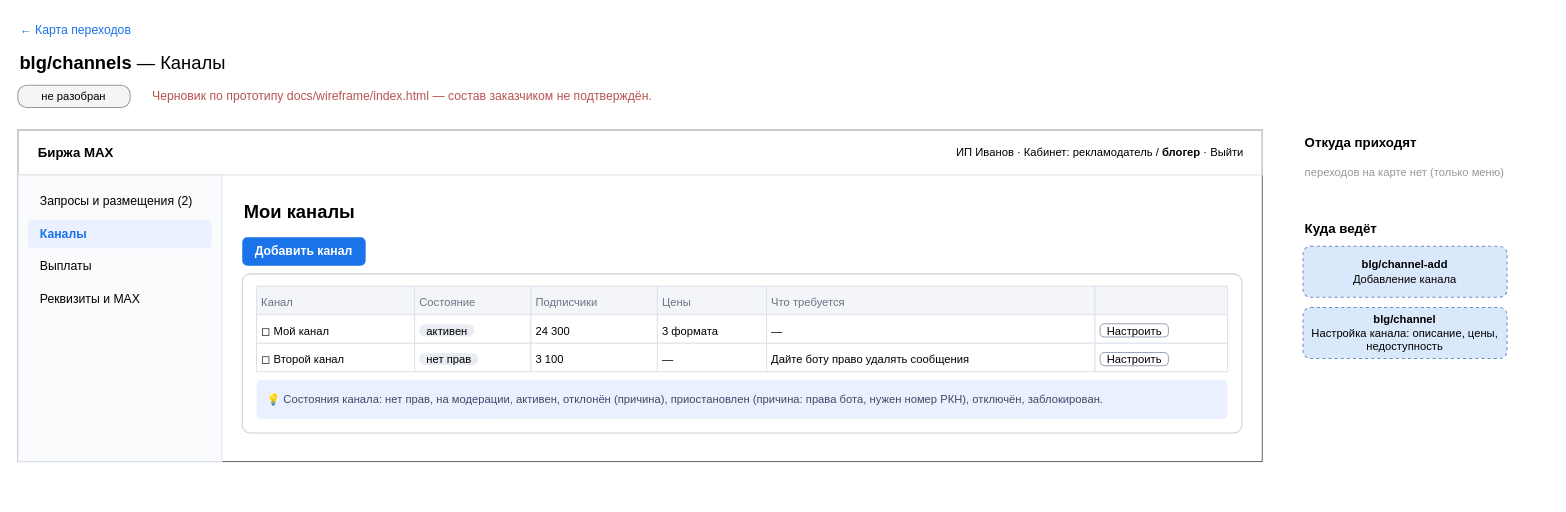
leha-creator/maxim keeps this draw.io diagram as page "blg/channels" (18 of 40) of docs/wireframe/screens.drawio. Above is the earlier version. Source tidied: cells renumbered, new cells numbered last; positions are measured from the earlier drawing's top-left corner, leaving out a move shared by most shapes. Both pictures are drawn from the tidied source at 102%, with x=0, y=0 at pixel (17, 17).
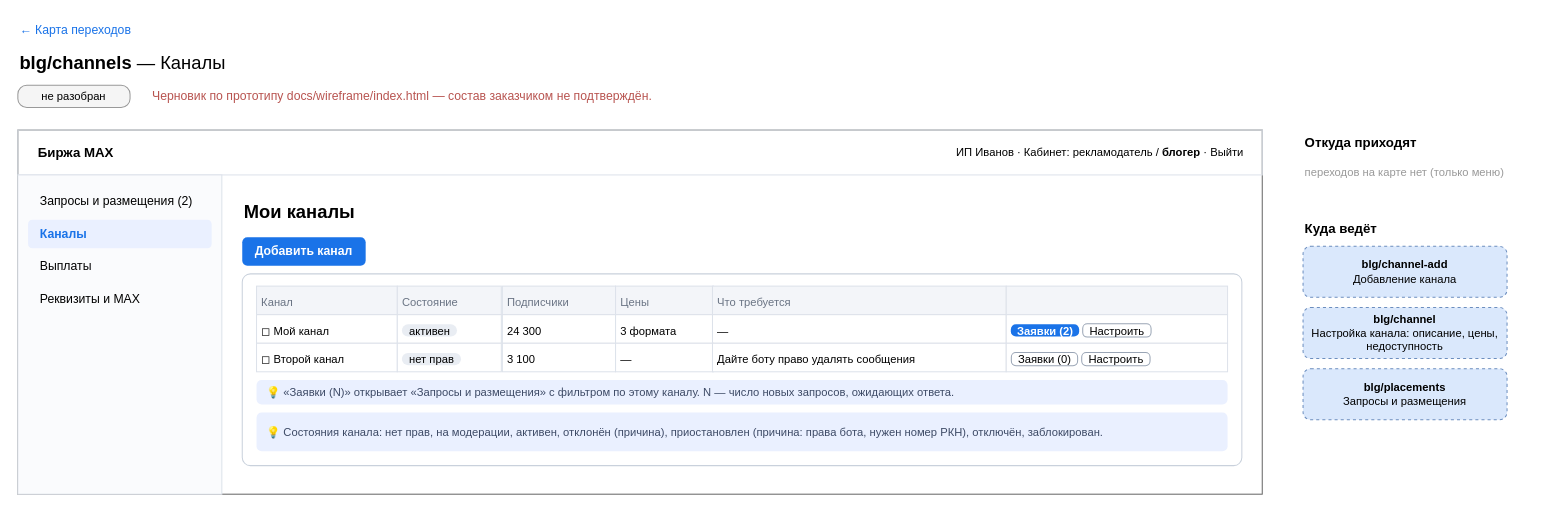
Above is the later version.

Unchanged cells that the change refers to:
```xml
<mxCell id="17" style="rounded=0;fillColor=none;strokeColor=none;" parent="16" vertex="1">
  <mxGeometry x="14" y="12" width="952" height="84" as="geometry" />
</mxCell>
```

Change to the diagram source:
```diff
@@
     <mxCell id="6" style="rounded=0;html=1;fillColor=#ffffff;strokeColor=#666666;" parent="1" vertex="1">
-      <mxGeometry y="110" width="1220" height="325" as="geometry" />
+      <mxGeometry y="110" width="1220" height="357" as="geometry" />
     </mxCell>
@@
     <mxCell id="9" style="rounded=0;html=1;fillColor=#fafbfd;strokeColor=#dde2ea;" parent="6" vertex="1">
-      <mxGeometry y="44" width="200" height="281" as="geometry" />
+      <mxGeometry y="44" width="200" height="313" as="geometry" />
     </mxCell>
@@
     <mxCell id="16" style="rounded=1;absoluteArcSize=1;arcSize=16;whiteSpace=wrap;html=1;fillColor=#ffffff;strokeColor=#c9d1dc;" parent="6" vertex="1">
-      <mxGeometry x="220" y="141" width="980" height="156" as="geometry" />
+      <mxGeometry x="220" y="141" width="980" height="188" as="geometry" />
     </mxCell>
@@
     <mxCell id="18" value="Канал" style="text;html=1;whiteSpace=wrap;align=left;verticalAlign=top;spacing=5;fontSize=11;strokeColor=#dde2ea;fillColor=#f3f5f9;fontColor=#6a7484;" parent="17" vertex="1">
-      <mxGeometry width="155" height="28" as="geometry" />
+      <mxGeometry width="138" height="28" as="geometry" />
     </mxCell>
     <mxCell id="19" value="Состояние" style="text;html=1;whiteSpace=wrap;align=left;verticalAlign=top;spacing=5;fontSize=11;strokeColor=#dde2ea;fillColor=#f3f5f9;fontColor=#6a7484;" parent="17" vertex="1">
-      <mxGeometry x="155" width="114" height="28" as="geometry" />
+      <mxGeometry x="138" width="102" height="28" as="geometry" />
     </mxCell>
     <mxCell id="20" value="Подписчики" style="text;html=1;whiteSpace=wrap;align=left;verticalAlign=top;spacing=5;fontSize=11;strokeColor=#dde2ea;fillColor=#f3f5f9;fontColor=#6a7484;" parent="17" vertex="1">
-      <mxGeometry x="269" width="124" height="28" as="geometry" />
+      <mxGeometry x="241" width="111" height="28" as="geometry" />
     </mxCell>
     <mxCell id="21" value="Цены" style="text;html=1;whiteSpace=wrap;align=left;verticalAlign=top;spacing=5;fontSize=11;strokeColor=#dde2ea;fillColor=#f3f5f9;fontColor=#6a7484;" parent="17" vertex="1">
-      <mxGeometry x="393" width="107" height="28" as="geometry" />
+      <mxGeometry x="352" width="96" height="28" as="geometry" />
     </mxCell>
     <mxCell id="22" value="Что требуется" style="text;html=1;whiteSpace=wrap;align=left;verticalAlign=top;spacing=5;fontSize=11;strokeColor=#dde2ea;fillColor=#f3f5f9;fontColor=#6a7484;" parent="17" vertex="1">
-      <mxGeometry x="500" width="322" height="28" as="geometry" />
+      <mxGeometry x="447" width="288" height="28" as="geometry" />
     </mxCell>
     <mxCell id="23" style="text;html=1;whiteSpace=wrap;align=left;verticalAlign=top;spacing=5;fontSize=11;strokeColor=#dde2ea;fillColor=#f3f5f9;fontColor=#6a7484;" parent="17" vertex="1">
-      <mxGeometry x="822" width="130" height="28" as="geometry" />
+      <mxGeometry x="735" width="217" height="28" as="geometry" />
     </mxCell>
     <mxCell id="24" value="◻ Мой канал" style="text;html=1;whiteSpace=wrap;align=left;verticalAlign=top;spacing=5;fontSize=11;strokeColor=#dde2ea;fillColor=#ffffff;" parent="17" vertex="1">
-      <mxGeometry y="28" width="155" height="28" as="geometry" />
+      <mxGeometry y="28" width="138" height="28" as="geometry" />
     </mxCell>
     <mxCell id="25" value="&lt;span style=&quot;background-color:#e9edf3;border-radius:9px;padding:0 7px;&quot;&gt;активен&lt;/span&gt;" style="text;html=1;whiteSpace=wrap;align=left;verticalAlign=top;spacing=5;fontSize=11;strokeColor=#dde2ea;fillColor=#ffffff;" parent="17" vertex="1">
-      <mxGeometry x="155" y="28" width="114" height="28" as="geometry" />
+      <mxGeometry x="138" y="28" width="102" height="28" as="geometry" />
     </mxCell>
     <mxCell id="26" value="24 300" style="text;html=1;whiteSpace=wrap;align=left;verticalAlign=top;spacing=5;fontSize=11;strokeColor=#dde2ea;fillColor=#ffffff;" parent="17" vertex="1">
-      <mxGeometry x="269" y="28" width="124" height="28" as="geometry" />
+      <mxGeometry x="241" y="28" width="111" height="28" as="geometry" />
     </mxCell>
     <mxCell id="27" value="3 формата" style="text;html=1;whiteSpace=wrap;align=left;verticalAlign=top;spacing=5;fontSize=11;strokeColor=#dde2ea;fillColor=#ffffff;" parent="17" vertex="1">
-      <mxGeometry x="393" y="28" width="107" height="28" as="geometry" />
+      <mxGeometry x="352" y="28" width="96" height="28" as="geometry" />
     </mxCell>
     <mxCell id="28" value="—" style="text;html=1;whiteSpace=wrap;align=left;verticalAlign=top;spacing=5;fontSize=11;strokeColor=#dde2ea;fillColor=#ffffff;" parent="17" vertex="1">
-      <mxGeometry x="500" y="28" width="322" height="28" as="geometry" />
+      <mxGeometry x="447" y="28" width="288" height="28" as="geometry" />
     </mxCell>
-    <mxCell id="29" value="&lt;span style=&quot;border:1px solid #9aa5b5;border-radius:5px;padding:0 6px;&quot;&gt;Настроить&lt;/span&gt;" style="text;html=1;whiteSpace=wrap;align=left;verticalAlign=top;spacing=5;fontSize=11;strokeColor=#dde2ea;fillColor=#ffffff;" parent="17" vertex="1">
-      <mxGeometry x="822" y="28" width="130" height="28" as="geometry" />
+    <mxCell id="29" value="&lt;span style=&quot;background-color:#1a73e8;color:#ffffff;border-radius:5px;padding:0 6px;&quot;&gt;&lt;b&gt;Заявки (2)&lt;/b&gt;&lt;/span&gt; &lt;span style=&quot;border:1px solid #9aa5b5;border-radius:5px;padding:0 6px;&quot;&gt;Настроить&lt;/span&gt;" style="text;html=1;whiteSpace=wrap;align=left;verticalAlign=top;spacing=5;fontSize=11;strokeColor=#dde2ea;fillColor=#ffffff;" parent="17" vertex="1">
+      <mxGeometry x="735" y="28" width="217" height="28" as="geometry" />
     </mxCell>
     <mxCell id="30" value="◻ Второй канал" style="text;html=1;whiteSpace=wrap;align=left;verticalAlign=top;spacing=5;fontSize=11;strokeColor=#dde2ea;fillColor=#ffffff;" parent="17" vertex="1">
-      <mxGeometry y="56" width="155" height="28" as="geometry" />
+      <mxGeometry y="56" width="138" height="28" as="geometry" />
     </mxCell>
     <mxCell id="31" value="&lt;span style=&quot;background-color:#e9edf3;border-radius:9px;padding:0 7px;&quot;&gt;нет прав&lt;/span&gt;" style="text;html=1;whiteSpace=wrap;align=left;verticalAlign=top;spacing=5;fontSize=11;strokeColor=#dde2ea;fillColor=#ffffff;" parent="17" vertex="1">
-      <mxGeometry x="155" y="56" width="114" height="28" as="geometry" />
+      <mxGeometry x="138" y="56" width="102" height="28" as="geometry" />
     </mxCell>
     <mxCell id="32" value="3 100" style="text;html=1;whiteSpace=wrap;align=left;verticalAlign=top;spacing=5;fontSize=11;strokeColor=#dde2ea;fillColor=#ffffff;" parent="17" vertex="1">
-      <mxGeometry x="269" y="56" width="124" height="28" as="geometry" />
+      <mxGeometry x="241" y="56" width="111" height="28" as="geometry" />
     </mxCell>
     <mxCell id="33" value="—" style="text;html=1;whiteSpace=wrap;align=left;verticalAlign=top;spacing=5;fontSize=11;strokeColor=#dde2ea;fillColor=#ffffff;" parent="17" vertex="1">
-      <mxGeometry x="393" y="56" width="107" height="28" as="geometry" />
+      <mxGeometry x="352" y="56" width="96" height="28" as="geometry" />
     </mxCell>
     <mxCell id="34" value="Дайте боту право удалять сообщения" style="text;html=1;whiteSpace=wrap;align=left;verticalAlign=top;spacing=5;fontSize=11;strokeColor=#dde2ea;fillColor=#ffffff;" parent="17" vertex="1">
-      <mxGeometry x="500" y="56" width="322" height="28" as="geometry" />
+      <mxGeometry x="447" y="56" width="288" height="28" as="geometry" />
     </mxCell>
-    <mxCell id="35" value="&lt;span style=&quot;border:1px solid #9aa5b5;border-radius:5px;padding:0 6px;&quot;&gt;Настроить&lt;/span&gt;" style="text;html=1;whiteSpace=wrap;align=left;verticalAlign=top;spacing=5;fontSize=11;strokeColor=#dde2ea;fillColor=#ffffff;" parent="17" vertex="1">
-      <mxGeometry x="822" y="56" width="130" height="28" as="geometry" />
+    <mxCell id="35" value="&lt;span style=&quot;border:1px solid #9aa5b5;border-radius:5px;padding:0 6px;&quot;&gt;Заявки (0)&lt;/span&gt; &lt;span style=&quot;border:1px solid #9aa5b5;border-radius:5px;padding:0 6px;&quot;&gt;Настроить&lt;/span&gt;" style="text;html=1;whiteSpace=wrap;align=left;verticalAlign=top;spacing=5;fontSize=11;strokeColor=#dde2ea;fillColor=#ffffff;" parent="17" vertex="1">
+      <mxGeometry x="735" y="56" width="217" height="28" as="geometry" />
     </mxCell>
-    <mxCell id="36" value="💡 Состояния канала: нет прав, на модерации, активен, отклонён (причина), приостановлен (причина: права бота, нужен номер РКН), отключён, заблокирован." style="rounded=1;absoluteArcSize=1;arcSize=10;whiteSpace=wrap;html=1;align=left;spacingLeft=8;spacingRight=6;fillColor=#eaf0ff;strokeColor=none;fontColor=#3d4a66;fontSize=11;" parent="16" vertex="1">
-      <mxGeometry x="14" y="104" width="952" height="38" as="geometry" />
+    <mxCell id="36" value="💡 «Заявки (N)» открывает «Запросы и размещения» с фильтром по этому каналу. N — число новых запросов, ожидающих ответа." style="rounded=1;absoluteArcSize=1;arcSize=10;whiteSpace=wrap;html=1;align=left;spacingLeft=8;spacingRight=6;fillColor=#eaf0ff;strokeColor=none;fontColor=#3d4a66;fontSize=11;" parent="16" vertex="1">
+      <mxGeometry x="14" y="104" width="952" height="24" as="geometry" />
     </mxCell>
+    <mxCell id="42" value="💡 Состояния канала: нет прав, на модерации, активен, отклонён (причина), приостановлен (причина: права бота, нужен номер РКН), отключён, заблокирован." style="rounded=1;absoluteArcSize=1;arcSize=10;whiteSpace=wrap;html=1;align=left;spacingLeft=8;spacingRight=6;fillColor=#eaf0ff;strokeColor=none;fontColor=#3d4a66;fontSize=11;" parent="16" vertex="1">
+      <mxGeometry x="14" y="136" width="952" height="38" as="geometry" />
+    </mxCell>
@@
+    <mxCell id="43" value="&lt;b&gt;blg/placements&lt;/b&gt;&lt;br&gt;Запросы и размещения" style="rounded=1;whiteSpace=wrap;html=1;dashed=1;fillColor=#dae8fc;strokeColor=#6c8ebf;fontSize=11;" parent="1" vertex="1">
+      <mxGeometry x="1260" y="344" width="200" height="50" as="geometry" />
+    </mxCell>
```
